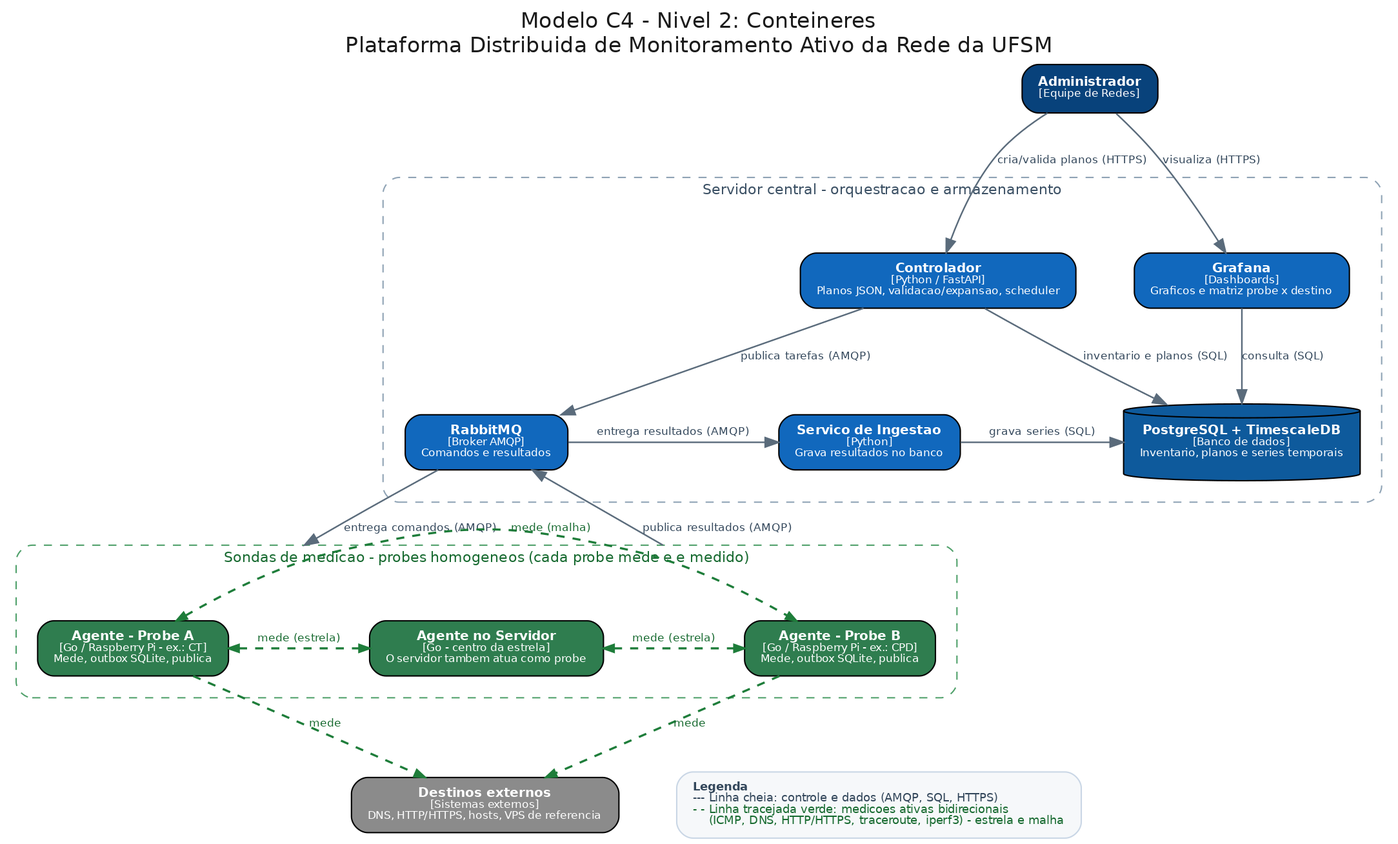
Above: docs/arquitetura/c4-2-conteineres.png in anthony-c-silva/ufsm-monitor (Graphviz), before the change. Its source is kept beside it as docs/arquitetura/c4-2-conteineres.dot.
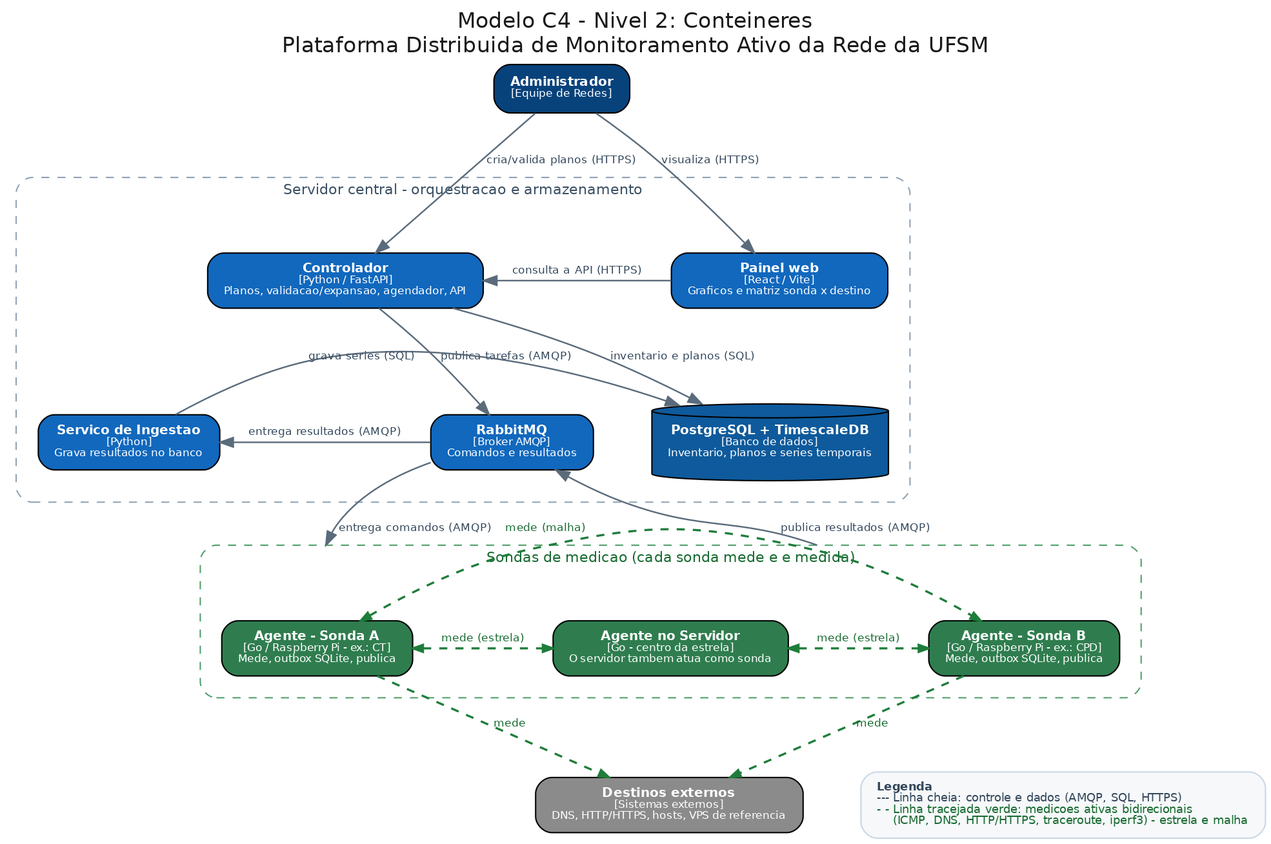
Later version of the same file.

Diff of the diagram source:
```diff
@@ -11,20 +11,20 @@
     label="Servidor central - orquestracao e armazenamento";
     labelloc="t"; fontname="Helvetica"; fontsize=10.5; fontcolor="#3b5064";
     style="rounded,dashed"; color="#8fa3b5"; margin=16;
-    controlador [label=<<b>Controlador</b><br/><font point-size="8" color="white">[Python / FastAPI]</font><br/><font point-size="8" color="white">Planos JSON, validacao/expansao, scheduler</font>>, fillcolor="#1168bd", fontcolor="white"];
-    grafana     [label=<<b>Grafana</b><br/><font point-size="8" color="white">[Dashboards]</font><br/><font point-size="8" color="white">Graficos e matriz probe x destino</font>>, fillcolor="#1168bd", fontcolor="white"];
+    controlador [label=<<b>Controlador</b><br/><font point-size="8" color="white">[Python / FastAPI]</font><br/><font point-size="8" color="white">Planos, validacao/expansao, agendador, API</font>>, fillcolor="#1168bd", fontcolor="white"];
+    painel      [label=<<b>Painel web</b><br/><font point-size="8" color="white">[React / Vite]</font><br/><font point-size="8" color="white">Graficos e matriz sonda x destino</font>>, fillcolor="#1168bd", fontcolor="white"];
     rabbit      [label=<<b>RabbitMQ</b><br/><font point-size="8" color="white">[Broker AMQP]</font><br/><font point-size="8" color="white">Comandos e resultados</font>>, fillcolor="#1168bd", fontcolor="white"];
     ingestao    [label=<<b>Servico de Ingestao</b><br/><font point-size="8" color="white">[Python]</font><br/><font point-size="8" color="white">Grava resultados no banco</font>>, fillcolor="#1168bd", fontcolor="white"];
     db          [label=<<b>PostgreSQL + TimescaleDB</b><br/><font point-size="8" color="white">[Banco de dados]</font><br/><font point-size="8" color="white">Inventario, planos e series temporais</font>>, fillcolor="#0e5a9c", fontcolor="white", shape=cylinder];
   }
 
   subgraph cluster_probes {
-    label="Sondas de medicao - probes homogeneos (cada probe mede e e medido)";
+    label="Sondas de medicao (cada sonda mede e e medida)";
     labelloc="t"; fontname="Helvetica"; fontsize=10.5; fontcolor="#176a30";
     style="rounded,dashed"; color="#4fa06a"; margin=16;
-    probe1   [label=<<b>Agente - Probe A</b><br/><font point-size="8" color="white">[Go / Raspberry Pi - ex.: CT]</font><br/><font point-size="8" color="white">Mede, outbox SQLite, publica</font>>, fillcolor="#2f7d4f", fontcolor="white"];
-    probeSrv [label=<<b>Agente no Servidor</b><br/><font point-size="8" color="white">[Go - centro da estrela]</font><br/><font point-size="8" color="white">O servidor tambem atua como probe</font>>, fillcolor="#2f7d4f", fontcolor="white"];
-    probe2   [label=<<b>Agente - Probe B</b><br/><font point-size="8" color="white">[Go / Raspberry Pi - ex.: CPD]</font><br/><font point-size="8" color="white">Mede, outbox SQLite, publica</font>>, fillcolor="#2f7d4f", fontcolor="white"];
+    probe1   [label=<<b>Agente - Sonda A</b><br/><font point-size="8" color="white">[Go / Raspberry Pi - ex.: CT]</font><br/><font point-size="8" color="white">Mede, outbox SQLite, publica</font>>, fillcolor="#2f7d4f", fontcolor="white"];
+    probeSrv [label=<<b>Agente no Servidor</b><br/><font point-size="8" color="white">[Go - centro da estrela]</font><br/><font point-size="8" color="white">O servidor tambem atua como sonda</font>>, fillcolor="#2f7d4f", fontcolor="white"];
+    probe2   [label=<<b>Agente - Sonda B</b><br/><font point-size="8" color="white">[Go / Raspberry Pi - ex.: CPD]</font><br/><font point-size="8" color="white">Mede, outbox SQLite, publica</font>>, fillcolor="#2f7d4f", fontcolor="white"];
   }
 
   alvos [label=<<b>Destinos externos</b><br/><font point-size="8" color="white">[Sistemas externos]</font><br/><font point-size="8" color="white">DNS, HTTP/HTTPS, hosts, VPS de referencia</font>>, fillcolor="#8b8b8b", fontcolor="white"];
@@ -32,7 +32,7 @@
   legenda [shape=box, style="rounded,filled", fillcolor="#f6f8fa", color="#c9d6e5", fontsize=8.4, fontcolor="#33475b",
     label=<<b>Legenda</b><br align="left"/><font color="#33475b">--- Linha cheia: controle e dados (AMQP, SQL, HTTPS)</font><br align="left"/><font color="#176a30">- - Linha tracejada verde: medicoes ativas bidirecionais</font><br align="left"/><font color="#176a30">&nbsp;&nbsp;&nbsp;&nbsp;(ICMP, DNS, HTTP/HTTPS, traceroute, iperf3) - estrela e malha</font><br align="left"/>>];
 
-  { rank=same; controlador; grafana; }
+  { rank=same; controlador; painel; }
   { rank=same; rabbit; ingestao; db; }
   { rank=same; probe1; probeSrv; probe2; }
   probe1 -> probeSrv -> probe2 [style=invis, weight=100];
@@ -40,10 +40,10 @@
 
   edge [fontname="Helvetica", fontsize=8.3, color="#5a6b7b", fontcolor="#33475b", penwidth=1.15];
   admin -> controlador [label="cria/valida planos (HTTPS)"];
-  admin -> grafana     [label="visualiza (HTTPS)"];
+  admin -> painel      [label="visualiza (HTTPS)"];
   controlador -> rabbit[label="publica tarefas (AMQP)"];
   controlador -> db    [label="inventario e planos (SQL)"];
-  grafana -> db        [label="consulta (SQL)"];
+  painel -> controlador [label="consulta a API (HTTPS)", constraint=false];
   ingestao -> db       [label="grava series (SQL)", constraint=false];
   rabbit -> ingestao   [label="entrega resultados (AMQP)", constraint=false];
   rabbit  -> probe1 [lhead=cluster_probes, label="entrega comandos (AMQP)"];
```
